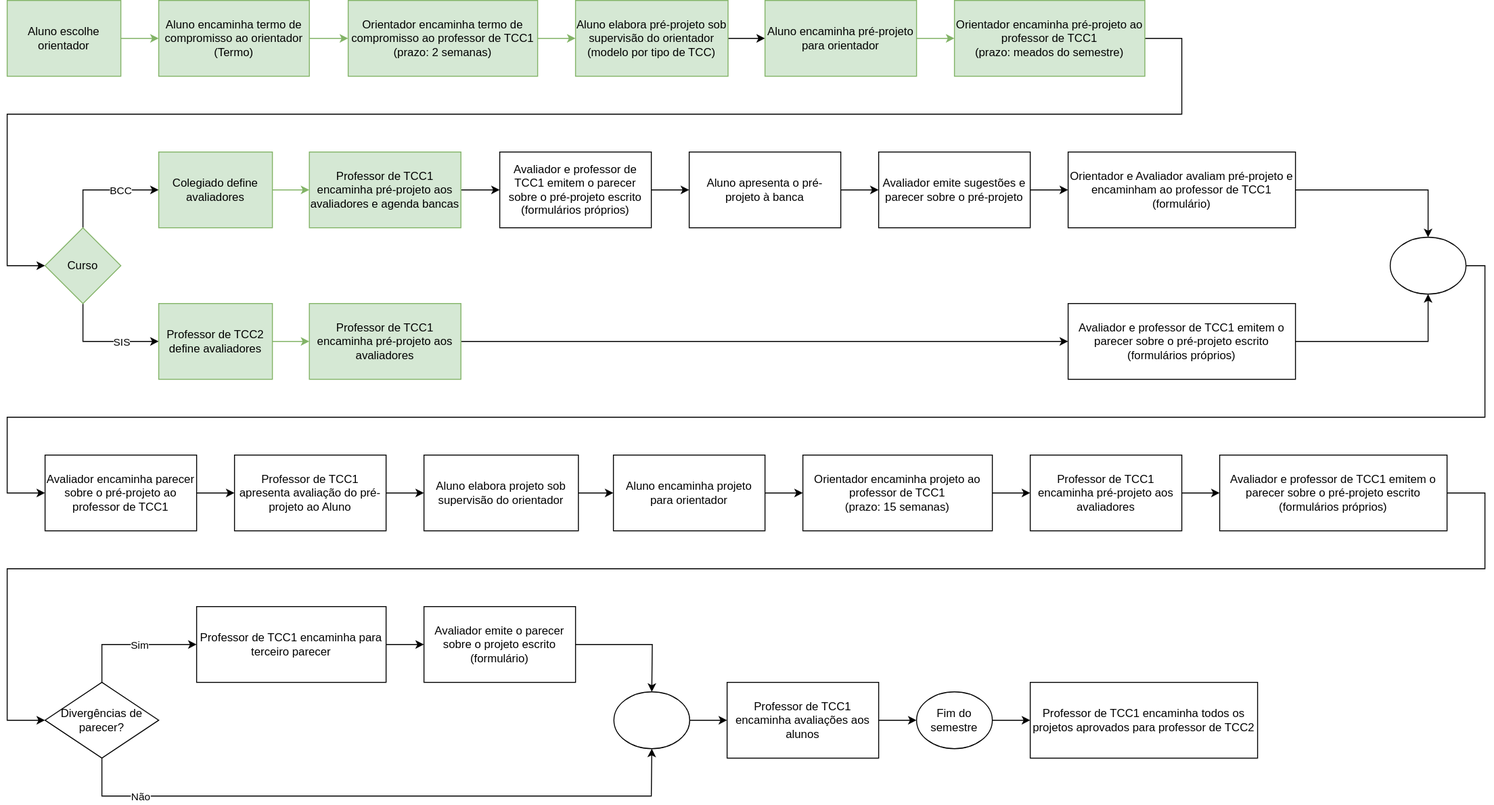
Earlier version of the draw.io export cronogramaFluxograma.drawio.svg (dalton-reis/disciplina_TCC1_Privado). Source tidied: cells renumbered, new cells last; positions are measured from the earlier drawing's top-left corner, leaving out a move shared by most shapes.
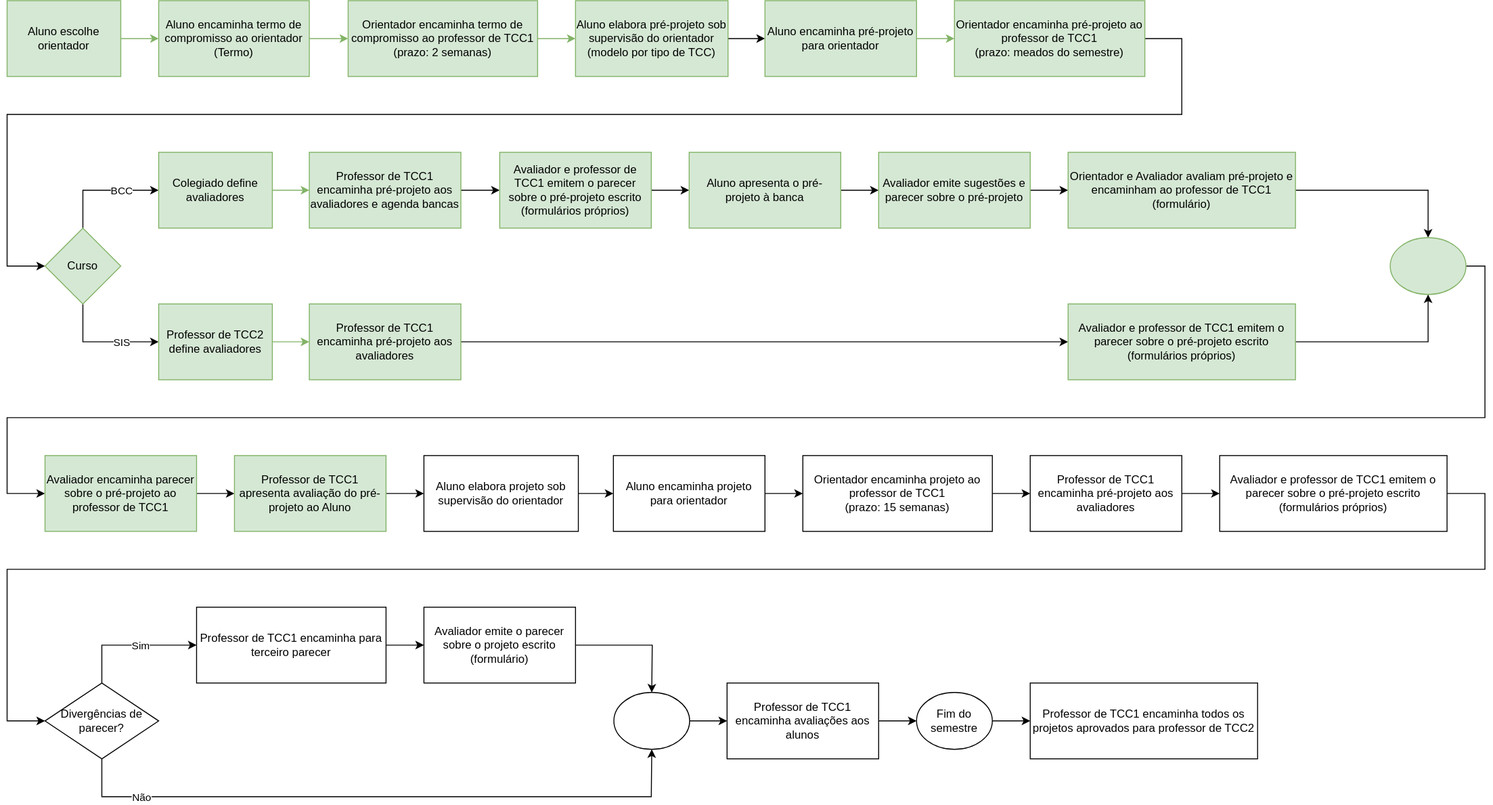
Above is the later version.

Change to the diagram source:
```diff
@@ -96,19 +96,19 @@
     <mxCell id="26" style="edgeStyle=orthogonalEdgeStyle;rounded=0;jettySize=auto;html=1;" parent="1" edge="1" source="27" target="29">
       <mxGeometry relative="1" as="geometry" />
     </mxCell>
-    <mxCell id="27" value="Aluno apresenta o pré-projeto à banca" style="whiteSpace=wrap;html=1;" parent="1" vertex="1">
+    <mxCell id="27" value="Aluno apresenta o pré-projeto à banca" style="whiteSpace=wrap;html=1;fillColor=#d5e8d4;strokeColor=#82b366;" parent="1" vertex="1">
       <mxGeometry x="720" y="160" width="160" height="80" as="geometry" />
     </mxCell>
     <mxCell id="28" style="edgeStyle=orthogonalEdgeStyle;rounded=0;jettySize=auto;html=1;" parent="1" edge="1" source="29" target="31">
       <mxGeometry relative="1" as="geometry" />
     </mxCell>
-    <mxCell id="29" value="Avaliador emite sugestões e parecer sobre o pré-projeto" style="whiteSpace=wrap;html=1;" parent="1" vertex="1">
+    <mxCell id="29" value="Avaliador emite sugestões e parecer sobre o pré-projeto" style="whiteSpace=wrap;html=1;fillColor=#d5e8d4;strokeColor=#82b366;" parent="1" vertex="1">
       <mxGeometry x="920" y="160" width="160" height="80" as="geometry" />
     </mxCell>
     <mxCell id="30" style="edgeStyle=orthogonalEdgeStyle;rounded=0;jettySize=auto;html=1;" parent="1" edge="1" source="31" target="33">
       <mxGeometry relative="1" as="geometry" />
     </mxCell>
-    <mxCell id="31" value="Orientador e Avaliador avaliam pré-projeto e encaminham ao professor de TCC1&lt;br&gt;(formulário)" style="whiteSpace=wrap;html=1;" parent="1" vertex="1">
+    <mxCell id="31" value="Orientador e Avaliador avaliam pré-projeto e encaminham ao professor de TCC1&lt;br&gt;(formulário)" style="whiteSpace=wrap;html=1;fillColor=#d5e8d4;strokeColor=#82b366;" parent="1" vertex="1">
       <mxGeometry x="1120" y="160" width="240" height="80" as="geometry" />
     </mxCell>
     <mxCell id="32" style="edgeStyle=orthogonalEdgeStyle;rounded=0;jettySize=auto;html=1;" parent="1" edge="1" source="33" target="39">
@@ -121,7 +121,7 @@
         </Array>
       </mxGeometry>
     </mxCell>
-    <mxCell id="33" style="ellipse;whiteSpace=wrap;html=1;" parent="1" vertex="1">
+    <mxCell id="33" style="ellipse;whiteSpace=wrap;html=1;fillColor=#d5e8d4;strokeColor=#82b366;" parent="1" vertex="1">
       <mxGeometry x="1460" y="250" width="80" height="60" as="geometry" />
     </mxCell>
     <mxCell id="34" style="edgeStyle=orthogonalEdgeStyle;rounded=0;jettySize=auto;html=1;" parent="1" edge="1" source="35" target="37">
@@ -133,22 +133,22 @@
     <mxCell id="36" style="edgeStyle=orthogonalEdgeStyle;rounded=0;jettySize=auto;html=1;exitX=1;exitY=0.5;exitDx=0;exitDy=0;entryX=0.5;entryY=1;entryDx=0;entryDy=0;" parent="1" edge="1" source="37" target="33">
       <mxGeometry relative="1" as="geometry" />
     </mxCell>
-    <mxCell id="37" value="Avaliador e professor de TCC1 emitem o parecer sobre o pré-projeto escrito&lt;br&gt;(formulários próprios)" style="whiteSpace=wrap;html=1;" parent="1" vertex="1">
+    <mxCell id="37" value="Avaliador e professor de TCC1 emitem o parecer sobre o pré-projeto escrito&lt;br&gt;(formulários próprios)" style="whiteSpace=wrap;html=1;fillColor=#d5e8d4;strokeColor=#82b366;" parent="1" vertex="1">
       <mxGeometry x="1120" y="320" width="240" height="80" as="geometry" />
     </mxCell>
     <mxCell id="38" style="edgeStyle=orthogonalEdgeStyle;rounded=0;jettySize=auto;html=1;" parent="1" edge="1" source="39" target="42">
       <mxGeometry relative="1" as="geometry" />
     </mxCell>
-    <mxCell id="39" value="Avaliador encaminha parecer sobre o pré-projeto ao professor de TCC1" style="whiteSpace=wrap;html=1;" parent="1" vertex="1">
+    <mxCell id="39" value="Avaliador encaminha parecer sobre o pré-projeto ao professor de TCC1" style="whiteSpace=wrap;html=1;fillColor=#d5e8d4;strokeColor=#82b366;" parent="1" vertex="1">
       <mxGeometry x="40" y="480" width="160" height="80" as="geometry" />
     </mxCell>
-    <mxCell id="40" value="Avaliador e professor de TCC1 emitem o parecer sobre o pré-projeto escrito&lt;br&gt;(formulários próprios)" style="whiteSpace=wrap;html=1;" parent="1" vertex="1">
+    <mxCell id="40" value="Avaliador e professor de TCC1 emitem o parecer sobre o pré-projeto escrito&lt;br&gt;(formulários próprios)" style="whiteSpace=wrap;html=1;fillColor=#d5e8d4;strokeColor=#82b366;" parent="1" vertex="1">
       <mxGeometry x="520" y="160" width="160" height="80" as="geometry" />
     </mxCell>
     <mxCell id="41" style="edgeStyle=orthogonalEdgeStyle;rounded=0;jettySize=auto;html=1;" parent="1" edge="1" source="42" target="44">
       <mxGeometry relative="1" as="geometry" />
     </mxCell>
-    <mxCell id="42" value="Professor de TCC1 apresenta avaliação do pré-projeto ao Aluno" style="whiteSpace=wrap;html=1;" parent="1" vertex="1">
+    <mxCell id="42" value="Professor de TCC1 apresenta avaliação do pré-projeto ao Aluno" style="whiteSpace=wrap;html=1;fillColor=#d5e8d4;strokeColor=#82b366;" parent="1" vertex="1">
       <mxGeometry x="240" y="480" width="160" height="80" as="geometry" />
     </mxCell>
     <mxCell id="43" style="edgeStyle=orthogonalEdgeStyle;rounded=0;jettySize=auto;html=1;" parent="1" edge="1" source="44" target="46">
```
